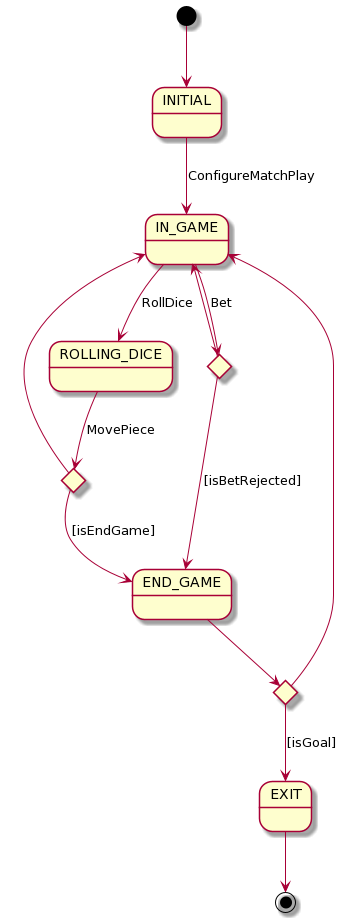
Above: docs/context/context.png in USantaTecla-game-backgammon/backgammon (PlantUML), before the change. Source of this version:
```plantuml
@startuml
state INITIAL
state IN_GAME
state ROLLING_DICE
state END_GAME
state EXIT
state if_end_game <<choice>>
state if_is_goal <<choice>>
state if_bet_rejected <<choice>>

[*] --> INITIAL
INITIAL --> IN_GAME: ConfigureMatchPlay
ROLLING_DICE --> if_end_game: MovePiece
IN_GAME --> ROLLING_DICE: RollDice
IN_GAME --> if_bet_rejected: Bet
if_bet_rejected --> IN_GAME
if_bet_rejected --> END_GAME: [isBetRejected]
if_end_game --> END_GAME: [isEndGame]
if_end_game --> IN_GAME
END_GAME --> if_is_goal
if_is_goal --> IN_GAME
if_is_goal --> EXIT: [isGoal]
EXIT --> [*]
@enduml
```
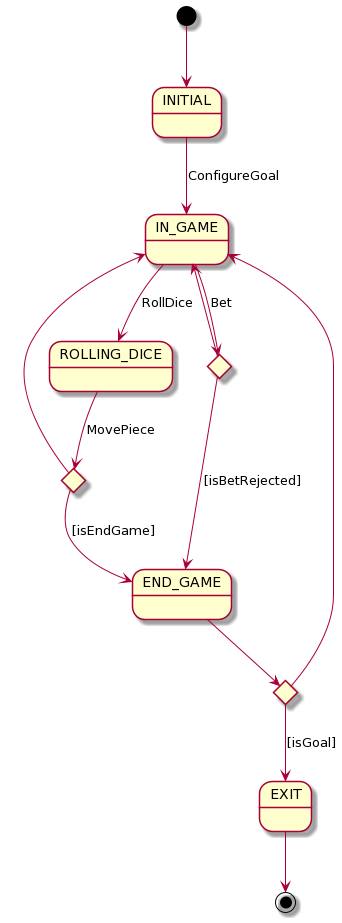
The same diagram one commit later.

Change to the diagram source:
```diff
@@ -9,7 +9,7 @@
 state if_bet_rejected <<choice>>
 
 [*] --> INITIAL
-INITIAL --> IN_GAME: ConfigureMatchPlay
+INITIAL --> IN_GAME: ConfigureGoal
 ROLLING_DICE --> if_end_game: MovePiece
 IN_GAME --> ROLLING_DICE: RollDice
 IN_GAME --> if_bet_rejected: Bet
```
